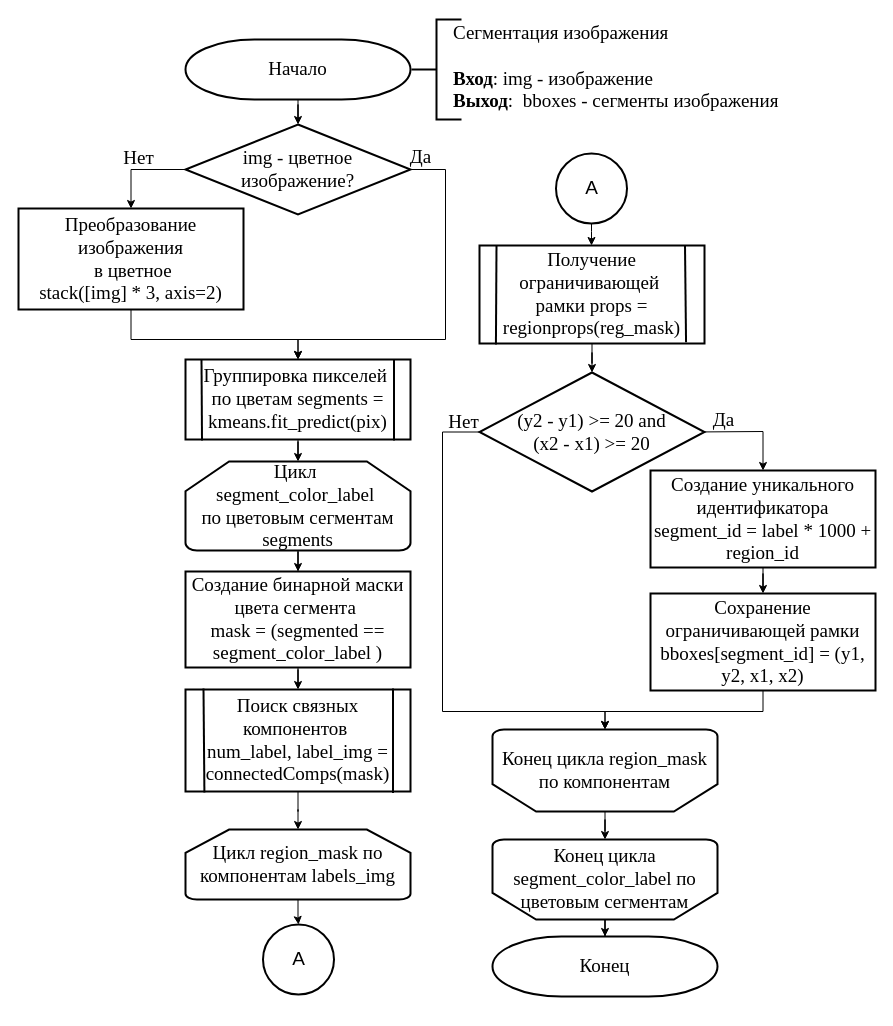
Before: page "Сегментация изображения" (4 of 8) of report/Диаграммки.drawio in lalala-0/VKR_BMSTU, a draw.io diagram. Source tidied: cells renumbered, new cells numbered last; positions are measured from the earlier drawing's top-left corner, leaving out a move shared by most shapes. Both pictures are drawn from the tidied source at 100%, with x=0, y=0 at pixel (18, 17).
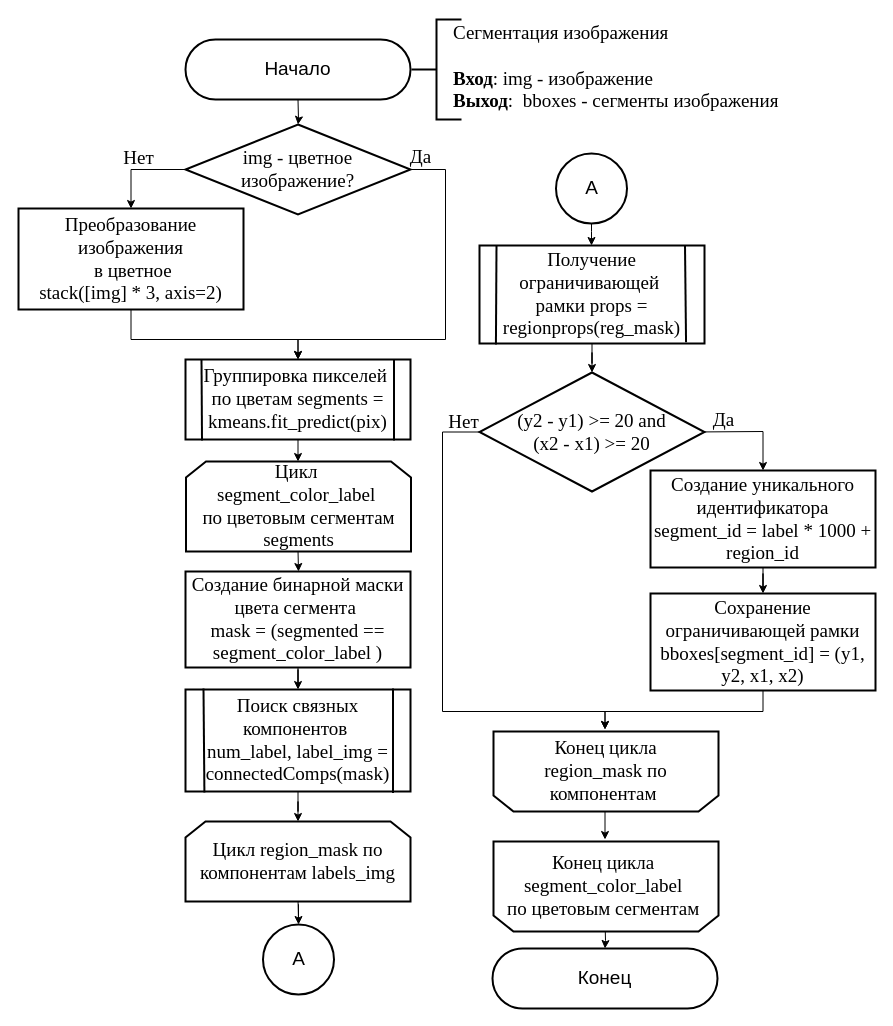
After the change.

Unchanged cells that the change refers to:
```xml
<mxCell id="4" value="img - цветное изображение&lt;span style=&quot;background-color: transparent; color: light-dark(rgb(0, 0, 0), rgb(255, 255, 255));&quot;&gt;?&lt;/span&gt;" style="rhombus;whiteSpace=wrap;html=1;strokeWidth=2;fontFamily=Times New Roman;fontSize=19;" parent="1" vertex="1">
  <mxGeometry x="167" y="107" width="225" height="90" as="geometry" />
</mxCell>
<mxCell id="8" value="Группировка пикселей&amp;nbsp;&lt;div&gt;по цветам segments = kmeans.fit_predict(pix)&lt;/div&gt;" style="rounded=0;whiteSpace=wrap;html=1;strokeWidth=2;fontFamily=Times New Roman;fontSize=19;" parent="1" vertex="1">
  <mxGeometry x="167" y="342" width="225" height="80" as="geometry" />
</mxCell>
<mxCell id="10" value="Создание бинарной маски цвета сегмента&amp;nbsp;&lt;div&gt;mask = (segmented == segment_color_label&amp;nbsp;)&lt;/div&gt;" style="rounded=0;whiteSpace=wrap;html=1;strokeWidth=2;fontFamily=Times New Roman;fontSize=19;" parent="1" vertex="1">
  <mxGeometry x="167" y="554" width="225" height="96" as="geometry" />
</mxCell>
<mxCell id="12" value="Поиск связных компонентов&amp;nbsp;&lt;div&gt;num_label, label_img = connectedComps(mask)&lt;/div&gt;" style="rounded=0;whiteSpace=wrap;html=1;strokeWidth=2;fontFamily=Times New Roman;fontSize=19;" parent="1" vertex="1">
  <mxGeometry x="167" y="672" width="225" height="102" as="geometry" />
</mxCell>
<mxCell id="17" value="&amp;nbsp;(y2 - y1) &amp;gt;= 20 and&amp;nbsp;&lt;div&gt;(x2 - x1) &amp;gt;= 20&lt;/div&gt;" style="rhombus;whiteSpace=wrap;html=1;strokeWidth=2;fontFamily=Times New Roman;fontSize=19;" parent="1" vertex="1">
  <mxGeometry x="461" y="355" width="225" height="119" as="geometry" />
</mxCell>
<mxCell id="21" value="Сохранение ограничивающей рамки bboxes[segment_id] = (y1, y2, x1, x2)" style="rounded=0;whiteSpace=wrap;html=1;strokeWidth=2;fontFamily=Times New Roman;fontSize=19;" parent="1" vertex="1">
  <mxGeometry x="632" y="576" width="225" height="97" as="geometry" />
</mxCell>
<mxCell id="40" value="А" style="strokeWidth=2;html=1;shape=mxgraph.flowchart.start_2;whiteSpace=wrap;fontSize=19;" parent="1" vertex="1">
  <mxGeometry x="244.5" y="907" width="71" height="70" as="geometry" />
</mxCell>
```

Change to the diagram source:
```diff
@@
-    <mxCell id="7" style="edgeStyle=orthogonalEdgeStyle;rounded=0;jettySize=auto;html=1;fontFamily=Times New Roman;fontSize=19;" parent="1" edge="1" source="8" target="28">
-      <mxGeometry relative="1" as="geometry" />
+    <mxCell id="7" style="edgeStyle=orthogonalEdgeStyle;rounded=0;jettySize=auto;html=1;fontFamily=Times New Roman;fontSize=19;" parent="1" edge="1" source="8">
+      <mxGeometry relative="1" as="geometry">
+        <mxPoint x="279.5" y="444" as="targetPoint" />
+      </mxGeometry>
     </mxCell>
@@
-    <mxCell id="11" style="edgeStyle=orthogonalEdgeStyle;rounded=0;jettySize=auto;html=1;fontFamily=Times New Roman;fontSize=19;" parent="1" edge="1" source="12" target="30">
+    <mxCell id="11" style="edgeStyle=orthogonalEdgeStyle;rounded=0;jettySize=auto;html=1;" parent="1" edge="1" source="12" target="30">
       <mxGeometry relative="1" as="geometry" />
     </mxCell>
@@
-    <mxCell id="16" style="edgeStyle=orthogonalEdgeStyle;rounded=0;jettySize=auto;html=1;fontFamily=Times New Roman;fontSize=19;entryX=0.5;entryY=1;entryDx=0;entryDy=0;entryPerimeter=0;" parent="1" edge="1" source="17" target="32">
+    <mxCell id="16" style="edgeStyle=orthogonalEdgeStyle;rounded=0;jettySize=auto;html=1;fontFamily=Times New Roman;fontSize=19;entryX=0.5;entryY=1;entryDx=0;entryDy=0;entryPerimeter=0;" parent="1" edge="1" source="17">
       <mxGeometry relative="1" as="geometry">
+        <mxPoint x="586.5" y="712" as="targetPoint" />
         <Array as="points">
           <mxPoint x="424" y="415" />
           <mxPoint x="424" y="694" />
           <mxPoint x="587" y="694" />
           <mxPoint x="587" y="712" />
         </Array>
       </mxGeometry>
     </mxCell>
@@
-    <mxCell id="20" style="edgeStyle=orthogonalEdgeStyle;rounded=0;jettySize=auto;html=1;fontFamily=Times New Roman;exitX=0.5;exitY=1;exitDx=0;exitDy=0;fontSize=19;entryX=0.5;entryY=1;entryDx=0;entryDy=0;entryPerimeter=0;" parent="1" edge="1" source="21" target="32">
+    <mxCell id="20" style="edgeStyle=orthogonalEdgeStyle;rounded=0;jettySize=auto;html=1;fontFamily=Times New Roman;exitX=0.5;exitY=1;exitDx=0;exitDy=0;fontSize=19;entryX=0.5;entryY=1;entryDx=0;entryDy=0;entryPerimeter=0;" parent="1" edge="1" source="21">
       <mxGeometry relative="1" as="geometry">
+        <mxPoint x="586.5" y="712" as="targetPoint" />
         <Array as="points">
           <mxPoint x="745" y="694" />
           <mxPoint x="587" y="694" />
         </Array>
       </mxGeometry>
     </mxCell>
@@
-    <mxCell id="25" style="edgeStyle=orthogonalEdgeStyle;rounded=0;jettySize=auto;html=1;fontFamily=Times New Roman;fontSize=19;" parent="1" edge="1" source="26" target="4">
-      <mxGeometry relative="1" as="geometry" />
+    <mxCell id="25" style="edgeStyle=orthogonalEdgeStyle;rounded=0;jettySize=auto;html=1;fontFamily=Times New Roman;fontSize=19;" parent="1" edge="1" target="4">
+      <mxGeometry relative="1" as="geometry">
+        <mxPoint x="279.5" y="82" as="sourcePoint" />
+      </mxGeometry>
     </mxCell>
-    <mxCell id="26" value="Начало" style="strokeWidth=2;html=1;shape=mxgraph.flowchart.terminator;whiteSpace=wrap;fontFamily=Times New Roman;fontSize=19;" parent="1" vertex="1">
-      <mxGeometry x="167" y="22" width="225" height="60" as="geometry" />
-    </mxCell>
-    <mxCell id="27" style="edgeStyle=orthogonalEdgeStyle;rounded=0;jettySize=auto;html=1;fontFamily=Times New Roman;fontSize=19;" parent="1" edge="1" source="28" target="10">
-      <mxGeometry relative="1" as="geometry" />
+    <mxCell id="27" style="edgeStyle=orthogonalEdgeStyle;rounded=0;jettySize=auto;html=1;fontFamily=Times New Roman;fontSize=19;" parent="1" edge="1" target="10">
+      <mxGeometry relative="1" as="geometry">
+        <mxPoint x="279.5" y="533" as="sourcePoint" />
+      </mxGeometry>
     </mxCell>
-    <mxCell id="28" value="Цикл &#10;segment_color_label &#10;по цветовым сегментам segments" style="strokeWidth=2;shape=mxgraph.flowchart.loop_limit;whiteSpace=wrap;fontFamily=Times New Roman;fontSize=19;" parent="1" vertex="1">
-      <mxGeometry x="167" y="444" width="225" height="89" as="geometry" />
-    </mxCell>
-    <mxCell id="29" style="edgeStyle=orthogonalEdgeStyle;rounded=0;jettySize=auto;html=1;fontSize=19;" parent="1" edge="1" source="30" target="40">
-      <mxGeometry relative="1" as="geometry" />
+    <mxCell id="29" style="edgeStyle=orthogonalEdgeStyle;rounded=0;jettySize=auto;html=1;fontSize=19;" parent="1" edge="1" target="40">
+      <mxGeometry relative="1" as="geometry">
+        <mxPoint x="279.5" y="882" as="sourcePoint" />
+      </mxGeometry>
     </mxCell>
-    <mxCell id="30" value="Цикл region_mask по компонентам labels_img" style="strokeWidth=2;shape=mxgraph.flowchart.loop_limit;whiteSpace=wrap;fontFamily=Times New Roman;fontSize=19;" parent="1" vertex="1">
-      <mxGeometry x="167" y="812" width="225" height="70" as="geometry" />
-    </mxCell>
-    <mxCell id="31" style="edgeStyle=orthogonalEdgeStyle;rounded=0;jettySize=auto;html=1;fontFamily=Times New Roman;fontSize=19;" parent="1" edge="1" source="32" target="34">
-      <mxGeometry relative="1" as="geometry" />
+    <mxCell id="31" style="edgeStyle=orthogonalEdgeStyle;rounded=0;orthogonalLoop=1;jettySize=auto;html=1;fontFamily=Times New Roman;fontSize=19;" parent="1" edge="1">
+      <mxGeometry relative="1" as="geometry">
+        <mxPoint x="586.5" y="794" as="sourcePoint" />
+        <mxPoint x="586.5" y="822" as="targetPoint" />
+      </mxGeometry>
     </mxCell>
-    <mxCell id="32" value="Конец цикла region_mask по компонентам" style="strokeWidth=2;shape=mxgraph.flowchart.loop_limit;whiteSpace=wrap;direction=west;fontFamily=Times New Roman;fontSize=19;" parent="1" vertex="1">
-      <mxGeometry x="474" y="712" width="225" height="82" as="geometry" />
-    </mxCell>
-    <mxCell id="33" style="edgeStyle=orthogonalEdgeStyle;rounded=0;jettySize=auto;html=1;fontFamily=Times New Roman;fontSize=19;" parent="1" edge="1" source="34" target="35">
-      <mxGeometry relative="1" as="geometry" />
-    </mxCell>
-    <mxCell id="34" value="&lt;span&gt;Конец цикла segment_color_label по цветовым сегментам&lt;/span&gt;" style="strokeWidth=2;html=1;shape=mxgraph.flowchart.loop_limit;whiteSpace=wrap;direction=west;fontFamily=Times New Roman;fontSize=19;" parent="1" vertex="1">
-      <mxGeometry x="474" y="822" width="225" height="80" as="geometry" />
-    </mxCell>
-    <mxCell id="35" value="Конец" style="strokeWidth=2;html=1;shape=mxgraph.flowchart.terminator;whiteSpace=wrap;fontFamily=Times New Roman;fontSize=19;" parent="1" vertex="1">
-      <mxGeometry x="474" y="919" width="225" height="60" as="geometry" />
-    </mxCell>
+    <mxCell id="49" style="edgeStyle=orthogonalEdgeStyle;rounded=0;jettySize=auto;html=1;" parent="1" edge="1" target="35">
+      <mxGeometry relative="1" as="geometry">
+        <mxPoint x="586.5" y="902" as="sourcePoint" />
+      </mxGeometry>
+    </mxCell>
@@
+    <mxCell id="26" value="&lt;font style=&quot;font-size: 19px;&quot;&gt;Начало&lt;/font&gt;" style="html=1;dashed=0;whiteSpace=wrap;shape=mxgraph.dfd.start;strokeWidth=2;" parent="1" vertex="1">
+      <mxGeometry x="167" y="22" width="225" height="60" as="geometry" />
+    </mxCell>
+    <mxCell id="35" value="&lt;font style=&quot;font-size: 19px;&quot;&gt;Конец&lt;/font&gt;" style="html=1;dashed=0;whiteSpace=wrap;shape=mxgraph.dfd.start;strokeWidth=2;" parent="1" vertex="1">
+      <mxGeometry x="474" y="931" width="225" height="60" as="geometry" />
+    </mxCell>
+    <mxCell id="28" value="&lt;div&gt;&lt;font face=&quot;Times New Roman&quot;&gt;&lt;span style=&quot;font-size: 19px;&quot;&gt;Цикл&amp;nbsp;&lt;/span&gt;&lt;/font&gt;&lt;/div&gt;&lt;div&gt;&lt;font face=&quot;Times New Roman&quot;&gt;&lt;span style=&quot;font-size: 19px;&quot;&gt;segment_color_label&amp;nbsp;&lt;/span&gt;&lt;/font&gt;&lt;/div&gt;&lt;div&gt;&lt;font face=&quot;Times New Roman&quot;&gt;&lt;span style=&quot;font-size: 19px;&quot;&gt;по цветовым сегментам segments&lt;/span&gt;&lt;/font&gt;&lt;/div&gt;" style="shape=loopLimit;whiteSpace=wrap;html=1;strokeWidth=2;" parent="1" vertex="1">
+      <mxGeometry x="167.5" y="444" width="225" height="90" as="geometry" />
+    </mxCell>
+    <mxCell id="34" value="&lt;div&gt;&lt;font face=&quot;Times New Roman&quot;&gt;&lt;span style=&quot;font-size: 19px;&quot;&gt;Конец цикла&amp;nbsp;&lt;/span&gt;&lt;/font&gt;&lt;/div&gt;&lt;div&gt;&lt;font face=&quot;Times New Roman&quot;&gt;&lt;span style=&quot;font-size: 19px;&quot;&gt;segment_color_label&amp;nbsp;&lt;/span&gt;&lt;/font&gt;&lt;/div&gt;&lt;div&gt;&lt;font face=&quot;Times New Roman&quot;&gt;&lt;span style=&quot;font-size: 19px;&quot;&gt;по цветовым сегментам&amp;nbsp;&lt;/span&gt;&lt;/font&gt;&lt;/div&gt;" style="shape=loopLimit;whiteSpace=wrap;html=1;strokeWidth=2;direction=west;" parent="1" vertex="1">
+      <mxGeometry x="475" y="824" width="225" height="90" as="geometry" />
+    </mxCell>
+    <mxCell id="30" value="&lt;span style=&quot;font-family: &amp;quot;Times New Roman&amp;quot;; font-size: 19px;&quot;&gt;Цикл&amp;nbsp;region_mask&amp;nbsp;по компонентам&amp;nbsp;labels_img&lt;/span&gt;" style="shape=loopLimit;whiteSpace=wrap;html=1;strokeWidth=2;" parent="1" vertex="1">
+      <mxGeometry x="167" y="804" width="225" height="80" as="geometry" />
+    </mxCell>
+    <mxCell id="32" value="&lt;span style=&quot;font-family: &amp;quot;Times New Roman&amp;quot;; font-size: 19px;&quot;&gt;Конец цикла region_mask&amp;nbsp;по компонентам&amp;nbsp;&lt;/span&gt;" style="shape=loopLimit;whiteSpace=wrap;html=1;strokeWidth=2;direction=west;" parent="1" vertex="1">
+      <mxGeometry x="475" y="714" width="225" height="80" as="geometry" />
+    </mxCell>
```
